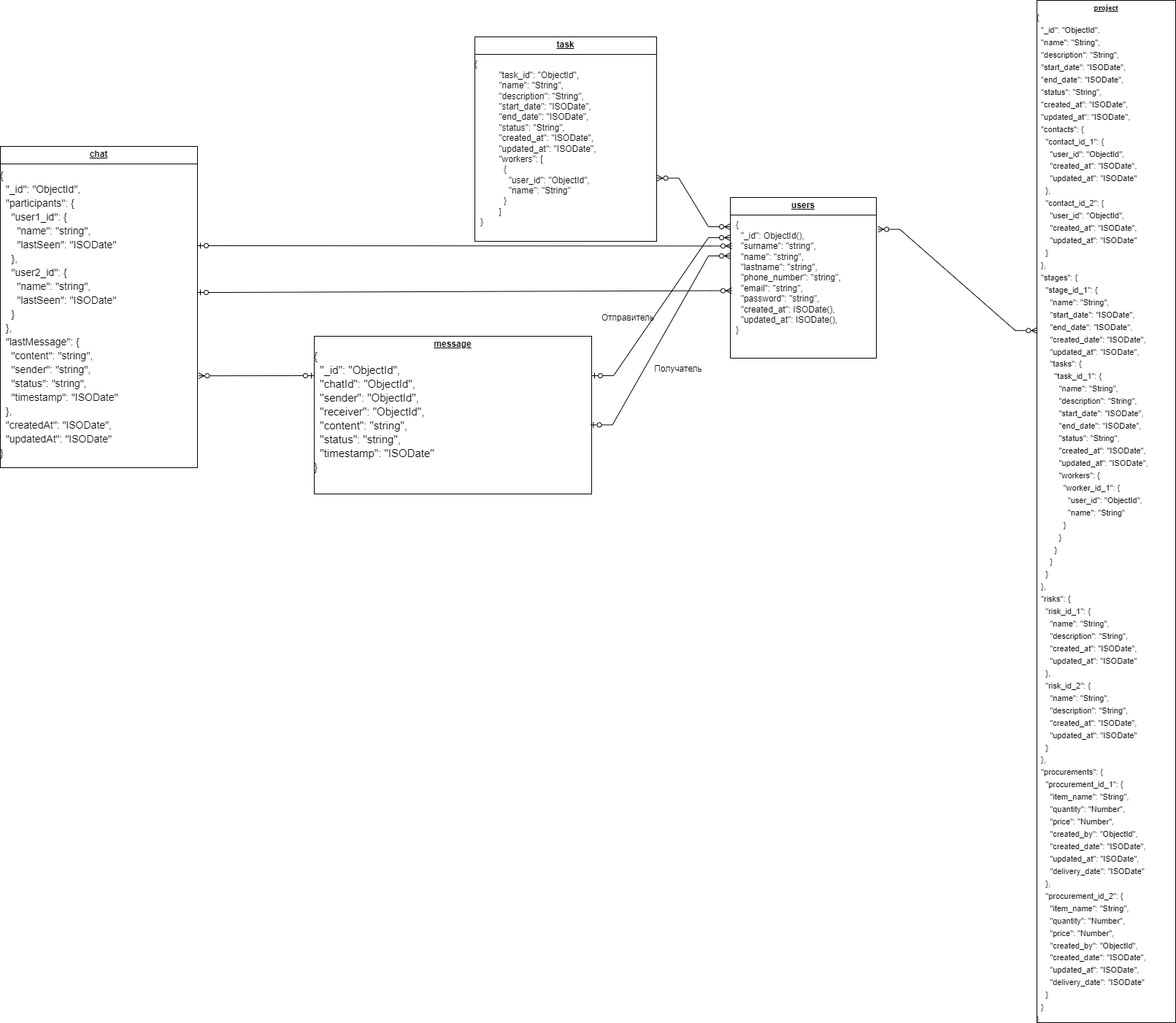
Before: assets/nosql.png, a diagram exported from draw.io (moevm/nosql2h24-repair). Source tidied: cells renumbered, new cells last; positions are measured from the earlier drawing's top-left corner, leaving out a move shared by most shapes.
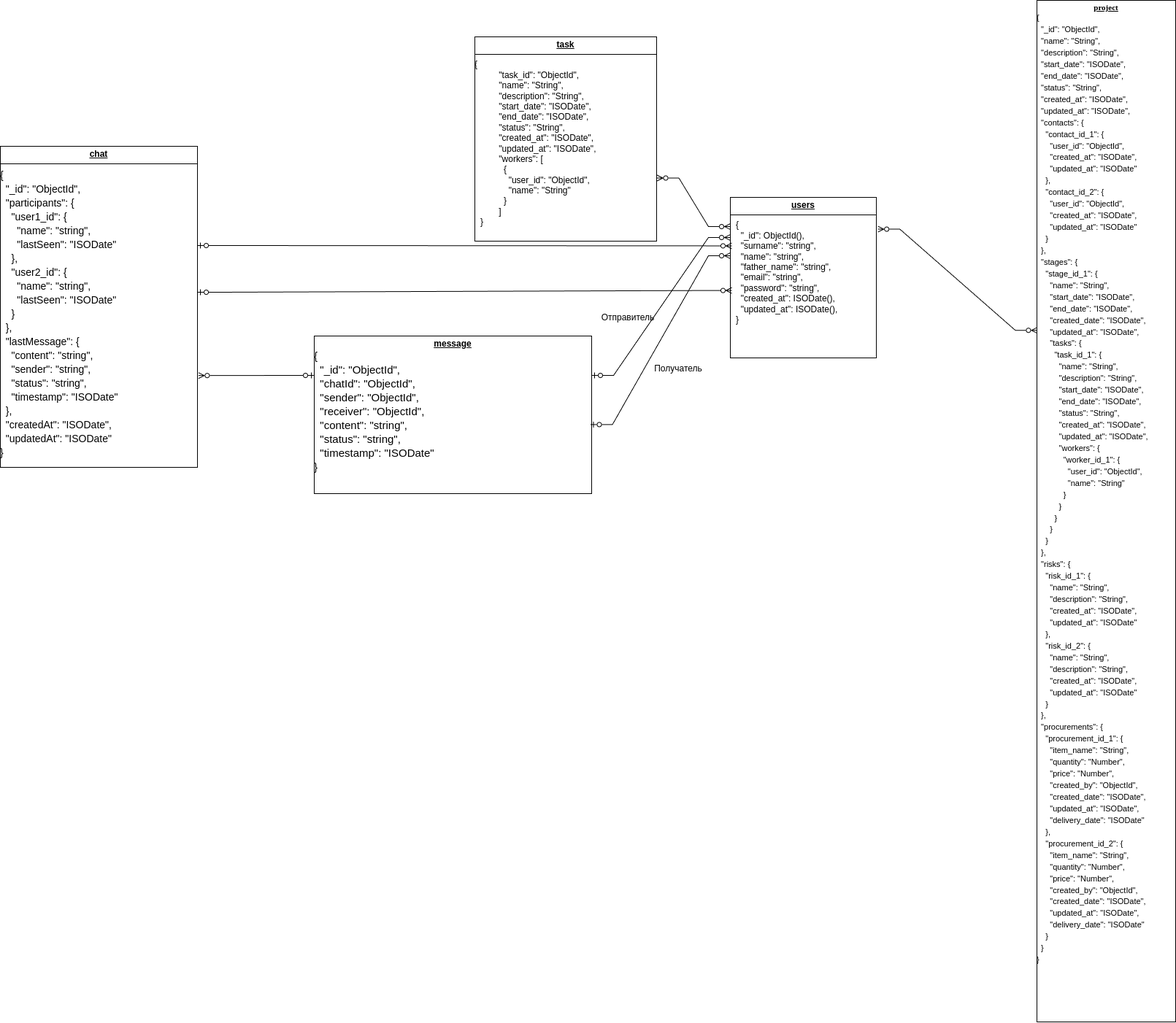
Later version of the same file.

The edit, as a diff of the source:
```diff
@@ -2,7 +2,7 @@
   <root>
     <mxCell id="0" />
     <mxCell id="1" parent="0" />
-    <mxCell id="2" value="&lt;p style=&quot;margin:0px;margin-top:4px;text-align:center;text-decoration:underline;&quot;&gt;&lt;b&gt;users&lt;/b&gt;&lt;/p&gt;&lt;hr size=&quot;1&quot; style=&quot;border-style:solid;&quot;&gt;&lt;p style=&quot;margin:0px;margin-left:8px;&quot;&gt;{&lt;/p&gt;&lt;p style=&quot;margin:0px;margin-left:8px;&quot;&gt;&amp;nbsp; &quot;_id&quot;: ObjectId(),&lt;/p&gt;&lt;p style=&quot;margin:0px;margin-left:8px;&quot;&gt;&amp;nbsp; &quot;surname&quot;: &quot;string&quot;,&lt;/p&gt;&lt;p style=&quot;margin:0px;margin-left:8px;&quot;&gt;&amp;nbsp; &quot;name&quot;: &quot;string&quot;,&lt;/p&gt;&lt;p style=&quot;margin:0px;margin-left:8px;&quot;&gt;&amp;nbsp; &quot;&lt;span style=&quot;background-color: initial;&quot;&gt;lastname&lt;/span&gt;&lt;span style=&quot;background-color: initial;&quot;&gt;&quot;: &quot;string&quot;,&lt;/span&gt;&lt;/p&gt;&lt;p style=&quot;margin:0px;margin-left:8px;&quot;&gt;&amp;nbsp; &quot;phone_number&quot;: &quot;string&quot;,&lt;/p&gt;&lt;p style=&quot;margin:0px;margin-left:8px;&quot;&gt;&amp;nbsp; &quot;email&quot;: &quot;string&quot;,&lt;/p&gt;&lt;p style=&quot;margin:0px;margin-left:8px;&quot;&gt;&amp;nbsp; &quot;password&quot;: &quot;string&quot;,&lt;/p&gt;&lt;p style=&quot;margin:0px;margin-left:8px;&quot;&gt;&amp;nbsp; &quot;created_at&quot;: ISODate(),&lt;/p&gt;&lt;p style=&quot;margin:0px;margin-left:8px;&quot;&gt;&amp;nbsp; &quot;updated_at&quot;: ISODate(),&lt;/p&gt;&lt;p style=&quot;margin:0px;margin-left:8px;&quot;&gt;}&lt;/p&gt;&lt;div&gt;&lt;br&gt;&lt;/div&gt;" style="verticalAlign=top;align=left;overflow=fill;html=1;whiteSpace=wrap;" parent="1" vertex="1">
+    <mxCell id="2" value="&lt;p style=&quot;margin:0px;margin-top:4px;text-align:center;text-decoration:underline;&quot;&gt;&lt;b&gt;users&lt;/b&gt;&lt;/p&gt;&lt;hr size=&quot;1&quot; style=&quot;border-style:solid;&quot;&gt;&lt;p style=&quot;margin:0px;margin-left:8px;&quot;&gt;{&lt;/p&gt;&lt;p style=&quot;margin:0px;margin-left:8px;&quot;&gt;&amp;nbsp; &quot;_id&quot;: ObjectId(),&lt;/p&gt;&lt;p style=&quot;margin:0px;margin-left:8px;&quot;&gt;&amp;nbsp; &quot;surname&quot;: &quot;string&quot;,&lt;/p&gt;&lt;p style=&quot;margin:0px;margin-left:8px;&quot;&gt;&amp;nbsp; &quot;name&quot;: &quot;string&quot;,&lt;/p&gt;&lt;p style=&quot;margin:0px;margin-left:8px;&quot;&gt;&amp;nbsp; &quot;&lt;span style=&quot;background-color: initial;&quot;&gt;father_name&quot;: &quot;string&quot;,&lt;/span&gt;&lt;/p&gt;&lt;p style=&quot;margin:0px;margin-left:8px;&quot;&gt;&amp;nbsp; &quot;email&quot;: &quot;string&quot;,&lt;/p&gt;&lt;p style=&quot;margin:0px;margin-left:8px;&quot;&gt;&amp;nbsp; &quot;password&quot;: &quot;string&quot;,&lt;/p&gt;&lt;p style=&quot;margin:0px;margin-left:8px;&quot;&gt;&amp;nbsp; &quot;created_at&quot;: ISODate(),&lt;/p&gt;&lt;p style=&quot;margin:0px;margin-left:8px;&quot;&gt;&amp;nbsp; &quot;updated_at&quot;: ISODate(),&lt;/p&gt;&lt;p style=&quot;margin:0px;margin-left:8px;&quot;&gt;}&lt;/p&gt;&lt;div&gt;&lt;br&gt;&lt;/div&gt;" style="verticalAlign=top;align=left;overflow=fill;html=1;whiteSpace=wrap;" parent="1" vertex="1">
       <mxGeometry x="1000" y="270" width="200" height="220" as="geometry" />
     </mxCell>
     <mxCell id="3" value="&lt;p style=&quot;margin: 4px 0px 0px; text-align: center; text-decoration: underline; font-size: 11px;&quot;&gt;&lt;b style=&quot;&quot;&gt;&lt;font style=&quot;font-size: 11px;&quot; face=&quot;Times New Roman&quot;&gt;project&lt;/font&gt;&lt;/b&gt;&lt;/p&gt;&lt;pre style=&quot;box-sizing: border-box; margin-top: 0px; margin-bottom: var(--base-size-16); overflow-wrap: normal; padding: var(--base-size-16); overflow: auto; line-height: 1.45; background-color: var(--bgColor-muted, var(--color-canvas-subtle)); border-radius: 6px; font-size: 11px;&quot; class=&quot;notranslate&quot;&gt;&lt;code style=&quot;box-sizing: border-box; padding: 0px; margin: 0px; background: transparent; border-radius: 6px; word-break: normal; border: 0px; display: inline; overflow: visible; line-height: inherit; overflow-wrap: normal;&quot;&gt;&lt;font face=&quot;Helvetica&quot; style=&quot;font-size: 11px;&quot;&gt;{&lt;br&gt;  &quot;_id&quot;: &quot;ObjectId&quot;,           &lt;br&gt;  &quot;name&quot;: &quot;String&quot;,                &lt;br&gt;  &quot;description&quot;: &quot;String&quot;,       &lt;br&gt;  &quot;start_date&quot;: &quot;ISODate&quot;,           &lt;br&gt;  &quot;end_date&quot;: &quot;ISODate&quot;,         &lt;br&gt;  &quot;status&quot;: &quot;String&quot;,                  &lt;br&gt;  &quot;created_at&quot;: &quot;ISODate&quot;,        &lt;br&gt;  &quot;updated_at&quot;: &quot;ISODate&quot;,           &lt;br&gt;  &quot;contacts&quot;: {                       &lt;br&gt;    &quot;contact_id_1&quot;: {&lt;br&gt;      &quot;user_id&quot;: &quot;ObjectId&quot;,             &lt;br&gt;      &quot;created_at&quot;: &quot;ISODate&quot;,         &lt;br&gt;      &quot;updated_at&quot;: &quot;ISODate&quot;  &lt;br&gt;    },&lt;br&gt;    &quot;contact_id_2&quot;: {&lt;br&gt;      &quot;user_id&quot;: &quot;ObjectId&quot;,&lt;br&gt;      &quot;created_at&quot;: &quot;ISODate&quot;,&lt;br&gt;      &quot;updated_at&quot;: &quot;ISODate&quot;&lt;br&gt;    }&lt;br&gt;  },&lt;br&gt;  &quot;stages&quot;: { &lt;br&gt;    &quot;stage_id_1&quot;: {&lt;br&gt;      &quot;name&quot;: &quot;String&quot;, &lt;br&gt;      &quot;start_date&quot;: &quot;ISODate&quot;,  &lt;br&gt;      &quot;end_date&quot;: &quot;ISODate&quot;,  &lt;br&gt;      &quot;created_date&quot;: &quot;ISODate&quot;,  &lt;br&gt;      &quot;updated_at&quot;: &quot;ISODate&quot;,   &lt;br&gt;      &quot;tasks&quot;: {    &lt;br&gt;        &quot;task_id_1&quot;: {&lt;br&gt;          &quot;name&quot;: &quot;String&quot;,  &lt;br&gt;          &quot;description&quot;: &quot;String&quot;, &lt;br&gt;          &quot;start_date&quot;: &quot;ISODate&quot;, &lt;br&gt;          &quot;end_date&quot;: &quot;ISODate&quot;,   &lt;br&gt;          &quot;status&quot;: &quot;String&quot;,     &lt;br&gt;          &quot;created_at&quot;: &quot;ISODate&quot;,&lt;br&gt;          &quot;updated_at&quot;: &quot;ISODate&quot;,&lt;br&gt;          &quot;workers&quot;: {&lt;br&gt;            &quot;worker_id_1&quot;: {    &lt;br&gt;              &quot;user_id&quot;: &quot;ObjectId&quot;,  &lt;br&gt;              &quot;name&quot;: &quot;String&quot; &lt;br&gt;            }&lt;br&gt;          }&lt;br&gt;        }&lt;br&gt;      }&lt;br&gt;    }&lt;br&gt;  },&lt;br&gt;  &quot;risks&quot;: { &lt;br&gt;    &quot;risk_id_1&quot;: {&lt;br&gt;      &quot;name&quot;: &quot;String&quot;, &lt;br&gt;      &quot;description&quot;: &quot;String&quot;, &lt;br&gt;      &quot;created_at&quot;: &quot;ISODate&quot;, &lt;br&gt;      &quot;updated_at&quot;: &quot;ISODate&quot; &lt;br&gt;    },&lt;br&gt;    &quot;risk_id_2&quot;: {&lt;br&gt;      &quot;name&quot;: &quot;String&quot;,&lt;br&gt;      &quot;description&quot;: &quot;String&quot;,&lt;br&gt;      &quot;created_at&quot;: &quot;ISODate&quot;,&lt;br&gt;      &quot;updated_at&quot;: &quot;ISODate&quot;&lt;br&gt;    }&lt;br&gt;  },&lt;br&gt;  &quot;procurements&quot;: {   &lt;br&gt;    &quot;procurement_id_1&quot;: {&lt;br&gt;      &quot;item_name&quot;: &quot;String&quot;, &lt;br&gt;      &quot;quantity&quot;: &quot;Number&quot;, &lt;br&gt;      &quot;price&quot;: &quot;Number&quot;, &lt;br&gt;      &quot;created_by&quot;: &quot;ObjectId&quot;, &lt;br&gt;      &quot;created_date&quot;: &quot;ISODate&quot;,    &lt;br&gt;      &quot;updated_at&quot;: &quot;ISODate&quot;,     &lt;br&gt;      &quot;delivery_date&quot;: &quot;ISODate&quot;        &lt;br&gt;    },&lt;br&gt;    &quot;procurement_id_2&quot;: {&lt;br&gt;      &quot;item_name&quot;: &quot;String&quot;,&lt;br&gt;      &quot;quantity&quot;: &quot;Number&quot;,&lt;br&gt;      &quot;price&quot;: &quot;Number&quot;,&lt;br&gt;      &quot;created_by&quot;: &quot;ObjectId&quot;,&lt;br&gt;      &quot;created_date&quot;: &quot;ISODate&quot;,&lt;br&gt;      &quot;updated_at&quot;: &quot;ISODate&quot;,&lt;br&gt;      &quot;delivery_date&quot;: &quot;ISODate&quot;&lt;br&gt;    }&lt;br&gt;  }&lt;br&gt;}&lt;/font&gt;&lt;/code&gt;&lt;/pre&gt;" style="verticalAlign=top;align=left;overflow=fill;html=1;whiteSpace=wrap;" parent="1" vertex="1">
```
